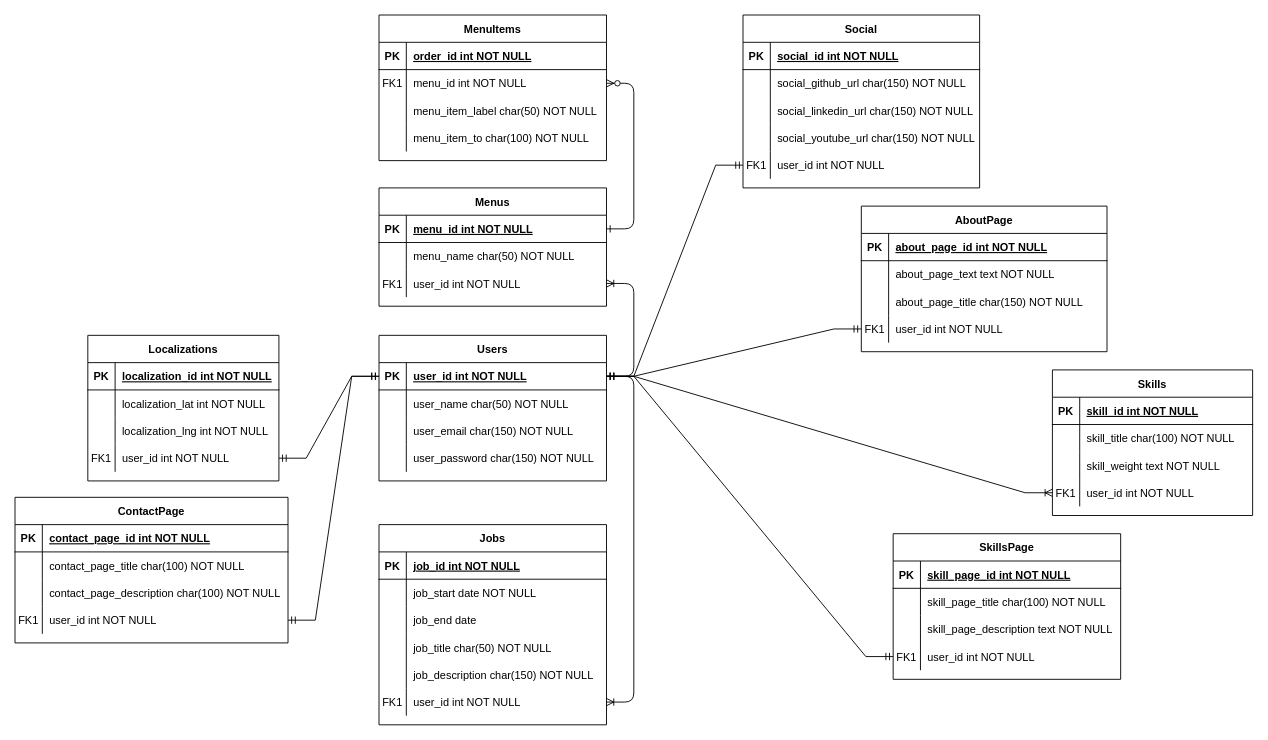
Before: ikatoo.drawio in mckatoo/clean-arch-fullcycle, a draw.io diagram. Source tidied: cells renumbered, new cells numbered last; positions are measured from the earlier drawing's top-left corner, leaving out a move shared by most shapes. Both pictures are drawn from the tidied source at 91%, with x=0, y=0 at pixel (15, 15).
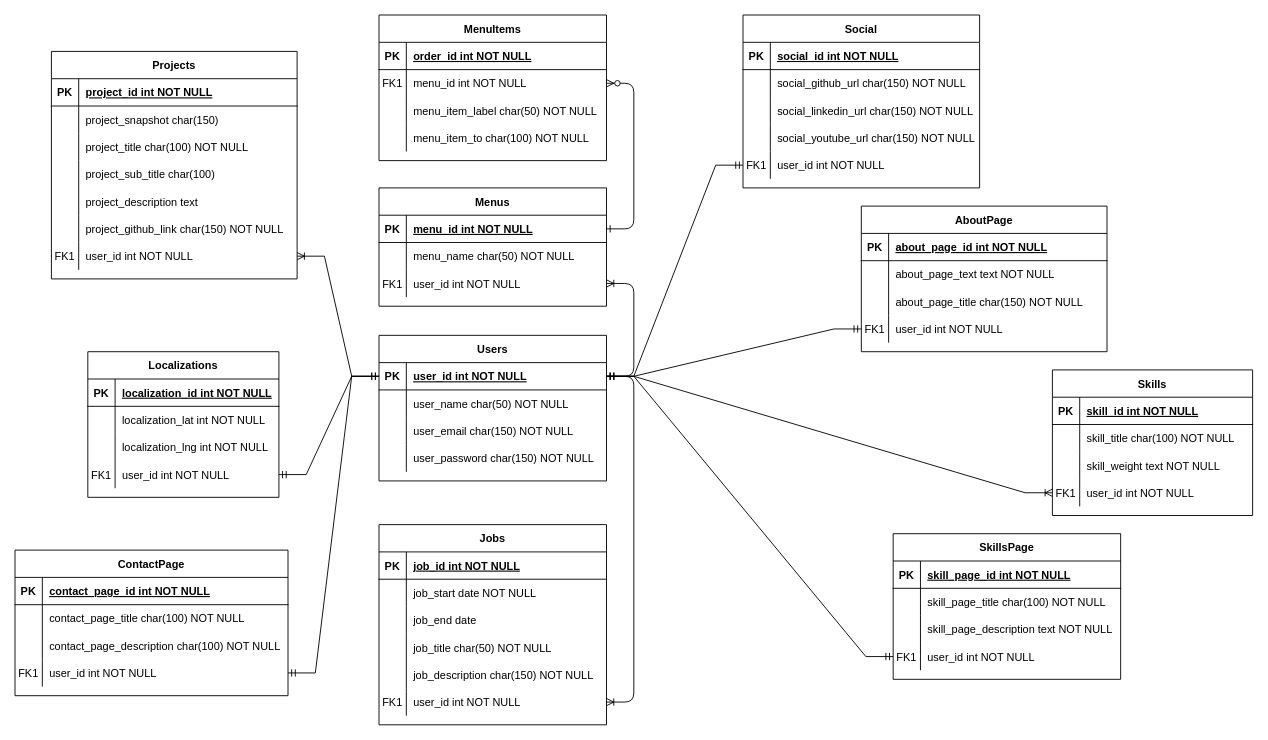
The same diagram, later.

Commit message:
Add projects entity with relationship on user entity

Unchanged cells that the change refers to:
```xml
<mxCell id="43" style="shape=partialRectangle;fillColor=none;points=[[0,0.5],[1,0.5]];portConstraint=eastwest;top=0;left=0;right=0;bottom=1;" parent="42" vertex="1">
  <mxGeometry y="30" width="250" height="30" as="geometry" />
</mxCell>
```

The edit, as a diff of the source:
```diff
@@
     <mxCell id="115" value="Localizations" style="shape=table;startSize=30;childLayout=tableLayout;rowLines=0;fontStyle=1;align=center;" parent="1" vertex="1">
-      <mxGeometry x="80" y="352" width="210" height="160" as="geometry" />
+      <mxGeometry x="80" y="370" width="210" height="160" as="geometry" />
     </mxCell>
@@
     <mxCell id="133" value="ContactPage" style="shape=table;startSize=30;childLayout=tableLayout;rowLines=0;fontStyle=1;align=center;" parent="1" vertex="1">
-      <mxGeometry y="530" width="300" height="160" as="geometry" />
+      <mxGeometry y="588" width="300" height="160" as="geometry" />
     </mxCell>
@@
+    <mxCell id="147" value="Projects" style="shape=table;startSize=30;childLayout=tableLayout;rowLines=0;fontStyle=1;align=center;" parent="1" vertex="1">
+      <mxGeometry x="40" y="40" width="270" height="250" as="geometry" />
+    </mxCell>
+    <mxCell id="148" style="shape=tableRow;horizontal=0;startSize=0;swimlaneHead=0;swimlaneBody=0;fillColor=none;top=0;left=0;right=0;bottom=1;" parent="147" vertex="1">
+      <mxGeometry y="30" width="270" height="30" as="geometry" />
+    </mxCell>
+    <mxCell id="149" value="PK" style="shape=partialRectangle;fillColor=none;top=0;left=0;bottom=0;right=0;fontStyle=1;overflow=hidden;" parent="148" vertex="1">
+      <mxGeometry width="30" height="30" as="geometry" />
+    </mxCell>
+    <mxCell id="150" value="project_id int NOT NULL" style="shape=partialRectangle;fillColor=none;top=0;left=0;bottom=0;right=0;align=left;spacingLeft=6;fontStyle=5;overflow=hidden;" parent="148" vertex="1">
+      <mxGeometry x="30" width="240" height="30" as="geometry" />
+    </mxCell>
+    <mxCell id="151" style="shape=tableRow;horizontal=0;startSize=0;swimlaneHead=0;swimlaneBody=0;fillColor=none;top=0;left=0;right=0;bottom=0;" parent="147" vertex="1">
+      <mxGeometry y="60" width="270" height="30" as="geometry" />
+    </mxCell>
+    <mxCell id="152" style="shape=partialRectangle;fillColor=none;top=0;left=0;bottom=0;right=0;overflow=hidden;" parent="151" vertex="1">
+      <mxGeometry width="30" height="30" as="geometry" />
+    </mxCell>
+    <mxCell id="153" value="project_snapshot char(150)" style="shape=partialRectangle;fillColor=none;top=0;left=0;bottom=0;right=0;align=left;spacingLeft=6;overflow=hidden;" parent="151" vertex="1">
+      <mxGeometry x="30" width="240" height="30" as="geometry" />
+    </mxCell>
+    <mxCell id="154" style="shape=tableRow;horizontal=0;startSize=0;swimlaneHead=0;swimlaneBody=0;fillColor=none;top=0;left=0;right=0;bottom=0;" parent="147" vertex="1">
+      <mxGeometry y="90" width="270" height="30" as="geometry" />
+    </mxCell>
+    <mxCell id="155" style="shape=partialRectangle;fillColor=none;top=0;left=0;bottom=0;right=0;overflow=hidden;" parent="154" vertex="1">
+      <mxGeometry width="30" height="30" as="geometry" />
+    </mxCell>
+    <mxCell id="156" value="project_title char(100) NOT NULL" style="shape=partialRectangle;fillColor=none;top=0;left=0;bottom=0;right=0;align=left;spacingLeft=6;overflow=hidden;" parent="154" vertex="1">
+      <mxGeometry x="30" width="240" height="30" as="geometry" />
+    </mxCell>
+    <mxCell id="157" style="shape=tableRow;horizontal=0;startSize=0;swimlaneHead=0;swimlaneBody=0;fillColor=none;top=0;left=0;right=0;bottom=0;" parent="147" vertex="1">
+      <mxGeometry y="120" width="270" height="30" as="geometry" />
+    </mxCell>
+    <mxCell id="158" style="shape=partialRectangle;fillColor=none;top=0;left=0;bottom=0;right=0;overflow=hidden;" parent="157" vertex="1">
+      <mxGeometry width="30" height="30" as="geometry" />
+    </mxCell>
+    <mxCell id="159" value="project_sub_title char(100)" style="shape=partialRectangle;fillColor=none;top=0;left=0;bottom=0;right=0;align=left;spacingLeft=6;overflow=hidden;" parent="157" vertex="1">
+      <mxGeometry x="30" width="240" height="30" as="geometry" />
+    </mxCell>
+    <mxCell id="160" style="shape=tableRow;horizontal=0;startSize=0;swimlaneHead=0;swimlaneBody=0;fillColor=none;top=0;left=0;right=0;bottom=0;" parent="147" vertex="1">
+      <mxGeometry y="150" width="270" height="30" as="geometry" />
+    </mxCell>
+    <mxCell id="161" style="shape=partialRectangle;fillColor=none;top=0;left=0;bottom=0;right=0;overflow=hidden;" parent="160" vertex="1">
+      <mxGeometry width="30" height="30" as="geometry" />
+    </mxCell>
+    <mxCell id="162" value="project_description text" style="shape=partialRectangle;fillColor=none;top=0;left=0;bottom=0;right=0;align=left;spacingLeft=6;overflow=hidden;" parent="160" vertex="1">
+      <mxGeometry x="30" width="240" height="30" as="geometry" />
+    </mxCell>
+    <mxCell id="163" style="shape=tableRow;horizontal=0;startSize=0;swimlaneHead=0;swimlaneBody=0;fillColor=none;top=0;left=0;right=0;bottom=0;" parent="147" vertex="1">
+      <mxGeometry y="180" width="270" height="30" as="geometry" />
+    </mxCell>
+    <mxCell id="164" style="shape=partialRectangle;fillColor=none;top=0;left=0;bottom=0;right=0;overflow=hidden;" parent="163" vertex="1">
+      <mxGeometry width="30" height="30" as="geometry" />
+    </mxCell>
+    <mxCell id="165" value="project_github_link char(150) NOT NULL" style="shape=partialRectangle;fillColor=none;top=0;left=0;bottom=0;right=0;align=left;spacingLeft=6;overflow=hidden;" parent="163" vertex="1">
+      <mxGeometry x="30" width="240" height="30" as="geometry" />
+    </mxCell>
+    <mxCell id="166" style="shape=tableRow;horizontal=0;startSize=0;swimlaneHead=0;swimlaneBody=0;fillColor=none;points=[[0,0.5],[1,0.5]];portConstraint=eastwest;top=0;left=0;right=0;bottom=0;" parent="147" vertex="1">
+      <mxGeometry y="210" width="270" height="30" as="geometry" />
+    </mxCell>
+    <mxCell id="167" value="FK1" style="shape=partialRectangle;fillColor=none;top=0;left=0;bottom=0;right=0;overflow=hidden;" parent="166" vertex="1">
+      <mxGeometry width="30" height="30" as="geometry" />
+    </mxCell>
+    <mxCell id="168" value="user_id int NOT NULL" style="shape=partialRectangle;fillColor=none;top=0;left=0;bottom=0;right=0;align=left;spacingLeft=6;overflow=hidden;" parent="166" vertex="1">
+      <mxGeometry x="30" width="240" height="30" as="geometry" />
+    </mxCell>
+    <mxCell id="169" style="edgeStyle=entityRelationEdgeStyle;fontSize=12;html=1;endArrow=ERoneToMany;rounded=0;" parent="1" edge="1" source="43" target="166">
+      <mxGeometry relative="1" as="geometry" />
+    </mxCell>
```
